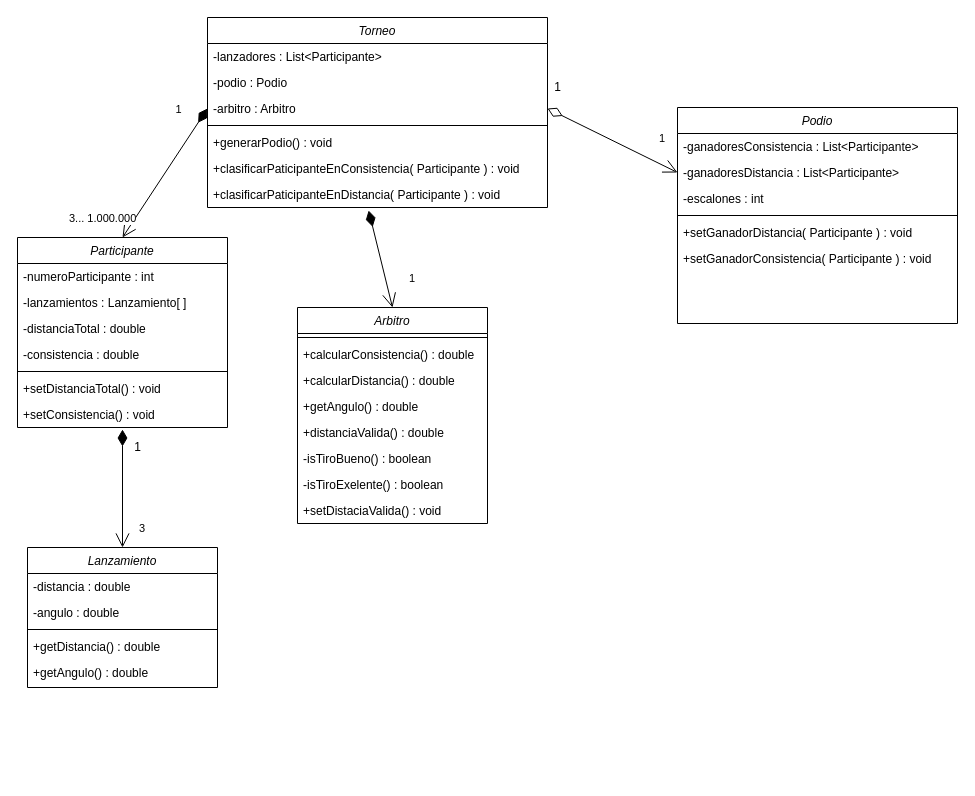
This is LanzandoCaber/Lanzando el cáber .drawio from Dami1223/LanzandoELCaber, a draw.io file, before an edit. Source tidied: cells renumbered, new cells numbered last; positions are measured from the earlier drawing's top-left corner, leaving out a move shared by most shapes. Both pictures are drawn from the tidied source at 100%, with x=0, y=0 at pixel (17, 17).
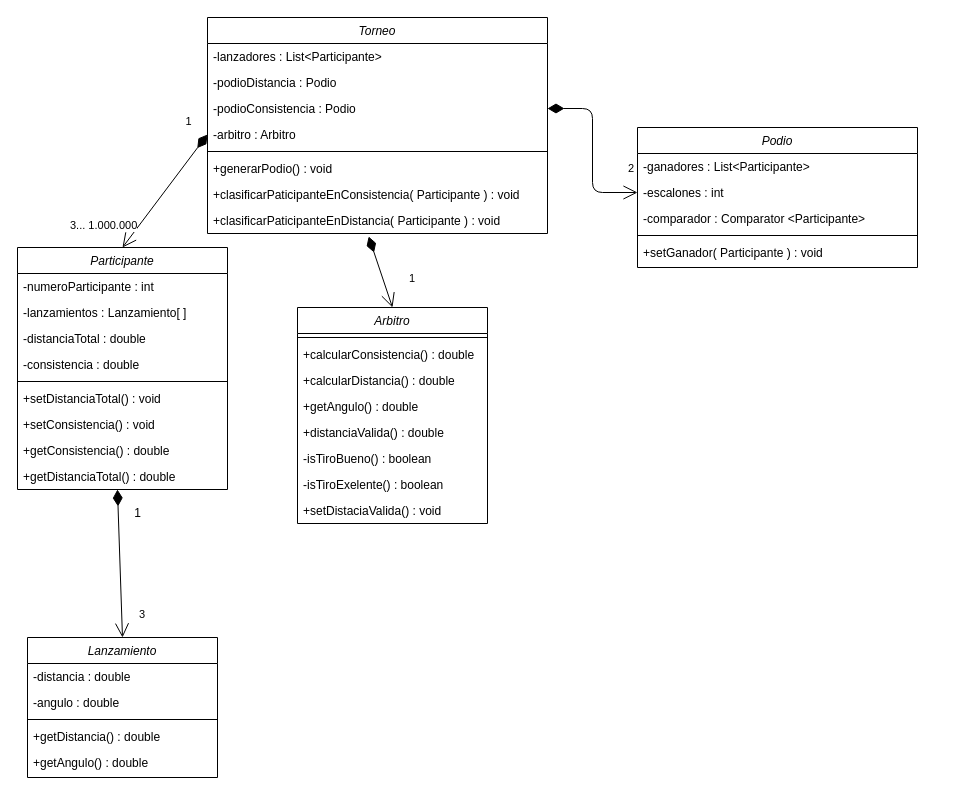
After the change.

Commit message (it also covers changes not shown here):
Actualizar Lanzando el cáber .drawio, EntradaSalida.java y 3 más archivos...

Unchanged cells that the change refers to:
```xml
<mxCell id="9" value="+setConsistencia() : void" style="text;align=left;verticalAlign=top;spacingLeft=4;spacingRight=4;overflow=hidden;points=[[0,0.5],[1,0.5]];portConstraint=eastwest;" parent="2" vertex="1">
  <mxGeometry y="164" width="210" height="26" as="geometry" />
</mxCell>
<mxCell id="31" value="3... 1.000.000" style="endArrow=open;html=1;endSize=12;startArrow=diamondThin;startSize=14;startFill=1;align=left;verticalAlign=bottom;entryX=0.5;entryY=0;entryDx=0;entryDy=0;exitX=0;exitY=0.5;exitDx=0;exitDy=0;" parent="1" edge="1" source="19" target="2">
  <mxGeometry x="1" y="-56" relative="1" as="geometry">
    <mxPoint x="-9" y="21" as="offset" />
  </mxGeometry>
</mxCell>
<mxCell id="35" value="Arbitro" style="swimlane;fontStyle=2;align=center;verticalAlign=top;horizontal=1;startSize=26;rounded=0;shadow=0;strokeWidth=1;" parent="1" vertex="1">
  <mxGeometry x="280" y="290" width="190" height="216" as="geometry" />
</mxCell>
```

What changed in the source:
```diff
@@
     <mxCell id="2" value="Participante" style="swimlane;fontStyle=2;align=center;verticalAlign=top;horizontal=1;startSize=26;rounded=0;shadow=0;strokeWidth=1;" parent="1" vertex="1">
-      <mxGeometry y="220" width="210" height="190" as="geometry" />
+      <mxGeometry y="230" width="210" height="242" as="geometry" />
     </mxCell>
@@
+    <mxCell id="47" value="+getConsistencia() : double" style="text;align=left;verticalAlign=top;spacingLeft=4;spacingRight=4;overflow=hidden;" parent="2" vertex="1">
+      <mxGeometry y="190" width="210" height="26" as="geometry" />
+    </mxCell>
+    <mxCell id="48" value="+getDistanciaTotal() : double" style="text;align=left;verticalAlign=top;spacingLeft=4;spacingRight=4;overflow=hidden;points=[[0,0.5],[1,0.5]];portConstraint=eastwest;" parent="2" vertex="1">
+      <mxGeometry y="216" width="210" height="26" as="geometry" />
+    </mxCell>
     <mxCell id="10" value="Lanzamiento" style="swimlane;fontStyle=2;align=center;verticalAlign=top;horizontal=1;startSize=26;rounded=0;shadow=0;strokeWidth=1;" parent="1" vertex="1">
-      <mxGeometry x="10" y="530" width="190" height="140" as="geometry" />
+      <mxGeometry x="10" y="620" width="190" height="140" as="geometry" />
     </mxCell>
@@
     <mxCell id="16" value="Torneo" style="swimlane;fontStyle=2;align=center;verticalAlign=top;horizontal=1;startSize=26;rounded=0;shadow=0;strokeWidth=1;" parent="1" vertex="1">
-      <mxGeometry x="190" width="340" height="190" as="geometry" />
+      <mxGeometry x="190" width="340" height="216" as="geometry" />
     </mxCell>
@@
-    <mxCell id="18" value="-podio : Podio" style="text;align=left;verticalAlign=top;spacingLeft=4;spacingRight=4;overflow=hidden;rounded=0;shadow=0;html=0;" parent="16" vertex="1">
+    <mxCell id="18" value="-podioDistancia : Podio" style="text;align=left;verticalAlign=top;spacingLeft=4;spacingRight=4;overflow=hidden;rounded=0;shadow=0;html=0;" parent="16" vertex="1">
       <mxGeometry y="52" width="340" height="26" as="geometry" />
     </mxCell>
+    <mxCell id="49" value="-podioConsistencia : Podio" style="text;align=left;verticalAlign=top;spacingLeft=4;spacingRight=4;overflow=hidden;points=[[0,0.5],[1,0.5]];portConstraint=eastwest;rounded=0;shadow=0;html=0;" parent="16" vertex="1">
+      <mxGeometry y="78" width="340" height="26" as="geometry" />
+    </mxCell>
     <mxCell id="19" value="-arbitro : Arbitro" style="text;align=left;verticalAlign=top;spacingLeft=4;spacingRight=4;overflow=hidden;points=[[0,0.5],[1,0.5]];portConstraint=eastwest;rounded=0;shadow=0;html=0;" parent="16" vertex="1">
-      <mxGeometry y="78" width="340" height="26" as="geometry" />
+      <mxGeometry y="104" width="340" height="26" as="geometry" />
     </mxCell>
     <mxCell id="20" style="line;html=1;strokeWidth=1;align=left;verticalAlign=middle;spacingTop=-1;spacingLeft=3;spacingRight=3;labelPosition=right;" parent="16" vertex="1">
-      <mxGeometry y="104" width="340" height="8" as="geometry" />
+      <mxGeometry y="130" width="340" height="8" as="geometry" />
     </mxCell>
     <mxCell id="21" value="+generarPodio() : void" style="text;align=left;verticalAlign=top;spacingLeft=4;spacingRight=4;overflow=hidden;" parent="16" vertex="1">
-      <mxGeometry y="112" width="340" height="26" as="geometry" />
+      <mxGeometry y="138" width="340" height="26" as="geometry" />
     </mxCell>
     <mxCell id="22" value="+clasificarPaticipanteEnConsistencia( Participante ) : void" style="text;align=left;verticalAlign=top;spacingLeft=4;spacingRight=4;overflow=hidden;" parent="16" vertex="1">
-      <mxGeometry y="138" width="340" height="26" as="geometry" />
+      <mxGeometry y="164" width="340" height="26" as="geometry" />
     </mxCell>
     <mxCell id="23" value="+clasificarPaticipanteEnDistancia( Participante ) : void" style="text;align=left;verticalAlign=top;spacingLeft=4;spacingRight=4;overflow=hidden;points=[[0,0.5],[1,0.5]];portConstraint=eastwest;" parent="16" vertex="1">
-      <mxGeometry y="164" width="340" height="26" as="geometry" />
+      <mxGeometry y="190" width="340" height="26" as="geometry" />
     </mxCell>
     <mxCell id="24" value="Podio" style="swimlane;fontStyle=2;align=center;verticalAlign=top;horizontal=1;startSize=26;rounded=0;shadow=0;strokeWidth=1;" parent="1" vertex="1">
-      <mxGeometry x="660" y="90" width="280" height="216" as="geometry" />
+      <mxGeometry x="620" y="110" width="280" height="140" as="geometry" />
     </mxCell>
-    <mxCell id="25" value="-ganadoresConsistencia : List&lt;Participante&gt;" style="text;align=left;verticalAlign=top;spacingLeft=4;spacingRight=4;overflow=hidden;" parent="24" vertex="1">
-      <mxGeometry y="26" width="280" height="26" as="geometry" />
-    </mxCell>
-    <mxCell id="26" value="-ganadoresDistancia : List&lt;Participante&gt;" style="text;align=left;verticalAlign=top;spacingLeft=4;spacingRight=4;overflow=hidden;points=[[0,0.5],[1,0.5]];portConstraint=eastwest;rounded=0;shadow=0;html=0;" parent="24" vertex="1">
-      <mxGeometry y="52" width="280" height="26" as="geometry" />
+    <mxCell id="26" value="-ganadores : List&lt;Participante&gt;" style="text;align=left;verticalAlign=top;spacingLeft=4;spacingRight=4;overflow=hidden;points=[[0,0.5],[1,0.5]];portConstraint=eastwest;rounded=0;shadow=0;html=0;" parent="24" vertex="1">
+      <mxGeometry y="26" width="280" height="26" as="geometry" />
     </mxCell>
     <mxCell id="27" value="-escalones : int" style="text;align=left;verticalAlign=top;spacingLeft=4;spacingRight=4;overflow=hidden;points=[[0,0.5],[1,0.5]];portConstraint=eastwest;rounded=0;shadow=0;html=0;" parent="24" vertex="1">
-      <mxGeometry y="78" width="280" height="26" as="geometry" />
+      <mxGeometry y="52" width="280" height="26" as="geometry" />
     </mxCell>
+    <mxCell id="50" value="-comparador : Comparator &lt;Participante&gt;" style="text;align=left;verticalAlign=top;spacingLeft=4;spacingRight=4;overflow=hidden;rounded=0;shadow=0;html=0;" parent="24" vertex="1">
+      <mxGeometry y="78" width="280" height="26" as="geometry" />
+    </mxCell>
@@
-    <mxCell id="29" value="+setGanadorDistancia( Participante ) : void" style="text;align=left;verticalAlign=top;spacingLeft=4;spacingRight=4;overflow=hidden;rounded=0;shadow=0;html=0;" parent="24" vertex="1">
+    <mxCell id="29" value="+setGanador( Participante ) : void" style="text;align=left;verticalAlign=top;spacingLeft=4;spacingRight=4;overflow=hidden;rounded=0;shadow=0;html=0;" parent="24" vertex="1">
       <mxGeometry y="112" width="280" height="26" as="geometry" />
     </mxCell>
-    <mxCell id="30" value="+setGanadorConsistencia( Participante ) : void" style="text;align=left;verticalAlign=top;spacingLeft=4;spacingRight=4;overflow=hidden;rounded=0;shadow=0;html=0;" parent="24" vertex="1">
-      <mxGeometry y="138" width="280" height="26" as="geometry" />
-    </mxCell>
@@
     <mxCell id="32" value="1" style="edgeLabel;html=1;align=center;verticalAlign=middle;" parent="31" vertex="1">
       <mxGeometry x="-0.77" y="-1" relative="1" as="geometry">
-        <mxPoint x="-19" y="-14" as="offset" />
+        <mxPoint x="-9.3" y="-25.5" as="offset" />
       </mxGeometry>
     </mxCell>
-    <mxCell id="33" value="1" style="endArrow=open;html=1;endSize=12;startArrow=diamondThin;startSize=14;startFill=0;align=left;verticalAlign=bottom;entryX=0;entryY=0.5;entryDx=0;entryDy=0;exitX=1;exitY=0.5;exitDx=0;exitDy=0;" parent="1" edge="1" source="19" target="26">
-      <mxGeometry x="0.6" y="14" relative="1" as="geometry" />
-    </mxCell>
-    <mxCell id="34" value="3" style="endArrow=open;html=1;endSize=12;startArrow=diamondThin;startSize=14;startFill=1;align=left;verticalAlign=bottom;entryX=0.5;entryY=0;entryDx=0;entryDy=0;exitX=0.5;exitY=1.077;exitDx=0;exitDy=0;exitPerimeter=0;" parent="1" edge="1" source="9" target="10">
+    <mxCell id="34" value="3" style="endArrow=open;html=1;endSize=12;startArrow=diamondThin;startSize=14;startFill=1;align=left;verticalAlign=bottom;entryX=0.5;entryY=0;entryDx=0;entryDy=0;exitX=0.476;exitY=1;exitDx=0;exitDy=0;exitPerimeter=0;" parent="1" edge="1" source="48" target="10">
       <mxGeometry x="0.83" y="15" relative="1" as="geometry" />
     </mxCell>
@@
     <mxCell id="44" value="1" style="endArrow=open;html=1;endSize=12;startArrow=diamondThin;startSize=14;startFill=1;align=left;verticalAlign=bottom;entryX=0.5;entryY=0;entryDx=0;entryDy=0;exitX=0.474;exitY=1.115;exitDx=0;exitDy=0;exitPerimeter=0;" parent="1" edge="1" source="23" target="35">
-      <mxGeometry x="0.68" y="19" relative="1" as="geometry" />
+      <mxGeometry x="0.62" y="21" relative="1" as="geometry" />
     </mxCell>
     <mxCell id="45" value="1" style="text;html=1;align=center;verticalAlign=middle;strokeColor=none;" parent="1" vertex="1">
-      <mxGeometry x="110" y="420" width="20" height="20" as="geometry" />
+      <mxGeometry x="110" y="486" width="20" height="20" as="geometry" />
     </mxCell>
-    <mxCell id="46" value="1" style="text;html=1;align=center;verticalAlign=middle;strokeColor=none;" parent="1" vertex="1">
-      <mxGeometry x="530" y="60" width="20" height="20" as="geometry" />
-    </mxCell>
+    <mxCell id="51" value="2" style="endArrow=open;html=1;endSize=12;startArrow=diamondThin;startSize=14;startFill=1;edgeStyle=orthogonalEdgeStyle;align=left;verticalAlign=bottom;exitX=1;exitY=0.5;exitDx=0;exitDy=0;entryX=0;entryY=0.5;entryDx=0;entryDy=0;" parent="1" edge="1" source="49" target="27">
+      <mxGeometry x="0.87" y="15" relative="1" as="geometry" />
+    </mxCell>
```
